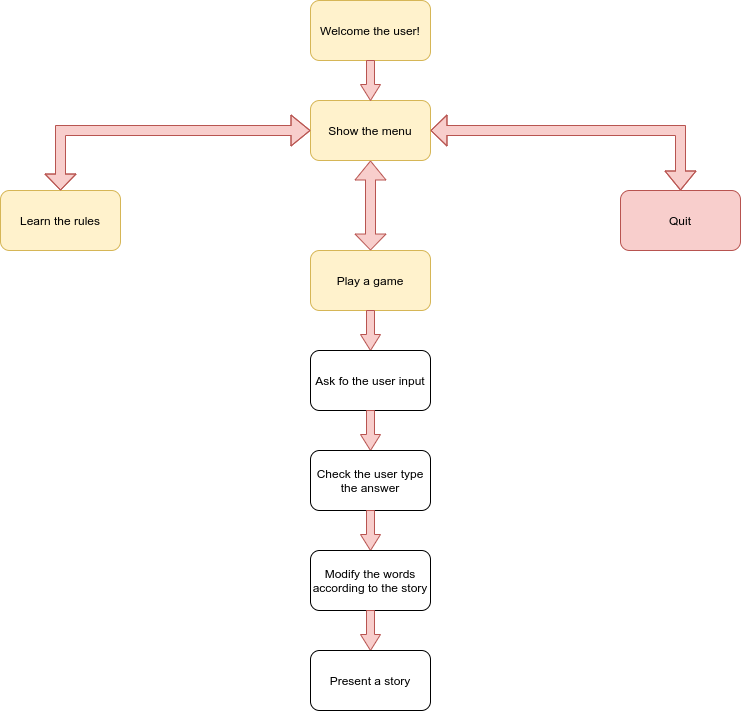
The draw.io diagram documentation/flowchart_madlib.png in IuliiaKonovalova/madlib_with_python, before a commit. Source tidied: cells renumbered, new cells last; positions are measured from the earlier drawing's top-left corner, leaving out a move shared by most shapes. Source of this version:
```xml
<mxGraphModel>
  <root>
    <mxCell id="0" />
    <mxCell id="1" parent="0" />
    <mxCell id="2" value="Welcome the user!" style="rounded=1;whiteSpace=wrap;html=1;fillColor=#fff2cc;strokeColor=#d6b656;" parent="1" vertex="1">
      <mxGeometry x="310" width="120" height="60" as="geometry" />
    </mxCell>
    <mxCell id="3" value="Show the menu" style="rounded=1;whiteSpace=wrap;html=1;fillColor=#fff2cc;strokeColor=#d6b656;" parent="1" vertex="1">
      <mxGeometry x="310" y="100" width="120" height="60" as="geometry" />
    </mxCell>
    <mxCell id="4" value="Learn the rules" style="rounded=1;whiteSpace=wrap;html=1;fillColor=#fff2cc;strokeColor=#d6b656;" parent="1" vertex="1">
      <mxGeometry y="190" width="120" height="60" as="geometry" />
    </mxCell>
    <mxCell id="5" style="shape=flexArrow;endArrow=classic;startArrow=classic;html=1;rounded=0;edgeStyle=orthogonalEdgeStyle;entryX=0;entryY=0.5;entryDx=0;entryDy=0;exitX=0.5;exitY=0;exitDx=0;exitDy=0;width=10;startSize=4.99;fillColor=#f8cecc;strokeColor=#b85450;" parent="1" edge="1" source="4" target="3">
      <mxGeometry relative="1" as="geometry">
        <Array as="points">
          <mxPoint x="60" y="130" />
        </Array>
      </mxGeometry>
    </mxCell>
    <mxCell id="6" value="Play a game" style="rounded=1;whiteSpace=wrap;html=1;fillColor=#fff2cc;strokeColor=#d6b656;" parent="1" vertex="1">
      <mxGeometry x="310" y="250" width="120" height="60" as="geometry" />
    </mxCell>
    <mxCell id="7" value="Quit" style="rounded=1;whiteSpace=wrap;html=1;fillColor=#f8cecc;strokeColor=#b85450;" parent="1" vertex="1">
      <mxGeometry x="620" y="190" width="120" height="60" as="geometry" />
    </mxCell>
    <mxCell id="8" style="shape=flexArrow;endArrow=classic;startArrow=classic;html=1;rounded=0;edgeStyle=orthogonalEdgeStyle;exitX=0.5;exitY=0;exitDx=0;exitDy=0;width=10;startSize=4.99;fillColor=#f8cecc;strokeColor=#b85450;" parent="1" edge="1" target="7">
      <mxGeometry relative="1" as="geometry">
        <mxPoint x="430" y="130" as="sourcePoint" />
      </mxGeometry>
    </mxCell>
    <mxCell id="9" style="shape=flexArrow;endArrow=classic;startArrow=classic;html=1;rounded=0;edgeStyle=orthogonalEdgeStyle;entryX=0.5;entryY=1;entryDx=0;entryDy=0;exitX=0.5;exitY=0;exitDx=0;exitDy=0;width=10;startSize=4.99;fillColor=#f8cecc;strokeColor=#b85450;" parent="1" edge="1" target="3">
      <mxGeometry relative="1" as="geometry">
        <mxPoint x="370" y="250" as="sourcePoint" />
      </mxGeometry>
    </mxCell>
    <mxCell id="10" style="shape=singleArrow;whiteSpace=wrap;html=1;arrowWidth=0.4;arrowSize=0.4;rotation=90;fillColor=#f8cecc;strokeColor=#b85450;" parent="1" vertex="1">
      <mxGeometry x="350" y="320" width="40" height="20" as="geometry" />
    </mxCell>
    <mxCell id="11" value="Ask fo the user input" style="rounded=1;whiteSpace=wrap;html=1;" parent="1" vertex="1">
      <mxGeometry x="310" y="350" width="120" height="60" as="geometry" />
    </mxCell>
    <mxCell id="12" style="shape=singleArrow;whiteSpace=wrap;html=1;arrowWidth=0.4;arrowSize=0.4;rotation=90;fillColor=#f8cecc;strokeColor=#b85450;" parent="1" vertex="1">
      <mxGeometry x="350" y="420" width="40" height="20" as="geometry" />
    </mxCell>
    <mxCell id="13" value="Check the user type the answer" style="rounded=1;whiteSpace=wrap;html=1;" parent="1" vertex="1">
      <mxGeometry x="310" y="450" width="120" height="60" as="geometry" />
    </mxCell>
    <mxCell id="14" style="shape=singleArrow;whiteSpace=wrap;html=1;arrowWidth=0.4;arrowSize=0.4;rotation=90;fillColor=#f8cecc;strokeColor=#b85450;" parent="1" vertex="1">
      <mxGeometry x="350" y="520" width="40" height="20" as="geometry" />
    </mxCell>
    <mxCell id="15" value="Modify the words according to the story" style="rounded=1;whiteSpace=wrap;html=1;" parent="1" vertex="1">
      <mxGeometry x="310" y="550" width="120" height="60" as="geometry" />
    </mxCell>
    <mxCell id="16" style="shape=singleArrow;whiteSpace=wrap;html=1;arrowWidth=0.4;arrowSize=0.4;rotation=90;fillColor=#f8cecc;strokeColor=#b85450;" parent="1" vertex="1">
      <mxGeometry x="350" y="70" width="40" height="20" as="geometry" />
    </mxCell>
    <mxCell id="17" style="shape=singleArrow;whiteSpace=wrap;html=1;arrowWidth=0.4;arrowSize=0.4;rotation=90;fillColor=#f8cecc;strokeColor=#b85450;" parent="1" vertex="1">
      <mxGeometry x="350" y="620" width="40" height="20" as="geometry" />
    </mxCell>
    <mxCell id="18" value="Present a story" style="rounded=1;whiteSpace=wrap;html=1;" parent="1" vertex="1">
      <mxGeometry x="310" y="650" width="120" height="60" as="geometry" />
    </mxCell>
  </root>
</mxGraphModel>
```
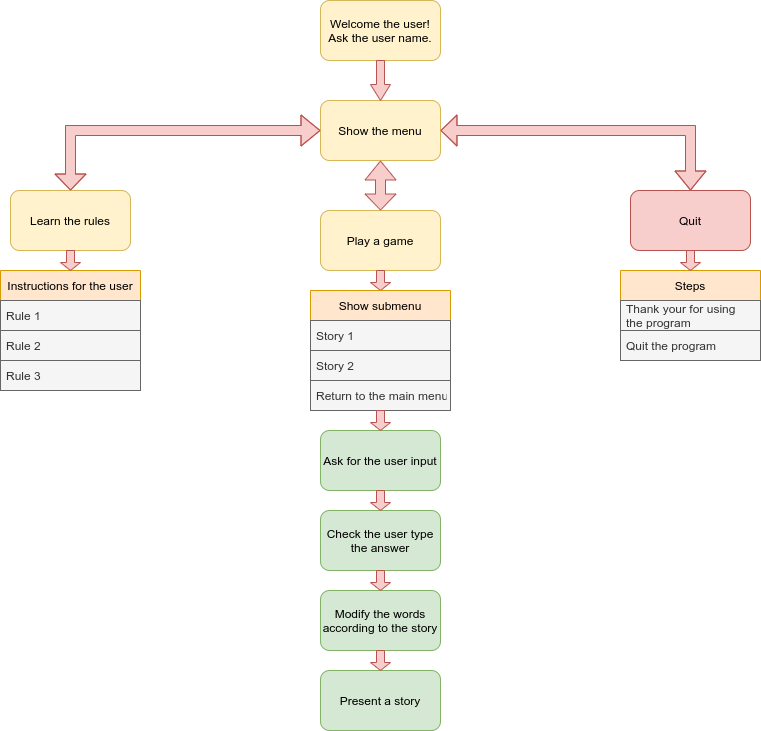
The same file after the commit.

Commit message:
Change the flowchart according to made changes in code

Change to the diagram source:
```diff
@@ -2,7 +2,7 @@
   <root>
     <mxCell id="0" />
     <mxCell id="1" parent="0" />
-    <mxCell id="2" value="Welcome the user!" style="rounded=1;whiteSpace=wrap;html=1;fillColor=#fff2cc;strokeColor=#d6b656;" parent="1" vertex="1">
+    <mxCell id="2" value="Welcome the user!&lt;br&gt;Ask the user name." style="rounded=1;whiteSpace=wrap;html=1;fillColor=#fff2cc;strokeColor=#d6b656;" parent="1" vertex="1">
       <mxGeometry x="310" width="120" height="60" as="geometry" />
     </mxCell>
     <mxCell id="3" value="Show the menu" style="rounded=1;whiteSpace=wrap;html=1;fillColor=#fff2cc;strokeColor=#d6b656;" parent="1" vertex="1">
@@ -19,7 +19,7 @@
       </mxGeometry>
     </mxCell>
     <mxCell id="6" value="Play a game" style="rounded=1;whiteSpace=wrap;html=1;fillColor=#fff2cc;strokeColor=#d6b656;" parent="1" vertex="1">
-      <mxGeometry x="310" y="250" width="120" height="60" as="geometry" />
+      <mxGeometry x="310" y="210" width="120" height="60" as="geometry" />
     </mxCell>
     <mxCell id="7" value="Quit" style="rounded=1;whiteSpace=wrap;html=1;fillColor=#f8cecc;strokeColor=#b85450;" parent="1" vertex="1">
       <mxGeometry x="620" y="190" width="120" height="60" as="geometry" />
@@ -29,37 +29,79 @@
         <mxPoint x="430" y="130" as="sourcePoint" />
       </mxGeometry>
     </mxCell>
-    <mxCell id="9" style="shape=flexArrow;endArrow=classic;startArrow=classic;html=1;rounded=0;edgeStyle=orthogonalEdgeStyle;entryX=0.5;entryY=1;entryDx=0;entryDy=0;exitX=0.5;exitY=0;exitDx=0;exitDy=0;width=10;startSize=4.99;fillColor=#f8cecc;strokeColor=#b85450;" parent="1" edge="1" target="3">
+    <mxCell id="9" style="shape=flexArrow;endArrow=classic;startArrow=classic;html=1;rounded=0;edgeStyle=orthogonalEdgeStyle;entryX=0.5;entryY=1;entryDx=0;entryDy=0;width=10;startSize=4.99;fillColor=#f8cecc;strokeColor=#b85450;" parent="1" edge="1" target="3">
       <mxGeometry relative="1" as="geometry">
-        <mxPoint x="370" y="250" as="sourcePoint" />
+        <mxPoint x="370" y="210" as="sourcePoint" />
       </mxGeometry>
     </mxCell>
     <mxCell id="10" style="shape=singleArrow;whiteSpace=wrap;html=1;arrowWidth=0.4;arrowSize=0.4;rotation=90;fillColor=#f8cecc;strokeColor=#b85450;" parent="1" vertex="1">
-      <mxGeometry x="350" y="320" width="40" height="20" as="geometry" />
+      <mxGeometry x="360" y="270" width="20" height="20" as="geometry" />
     </mxCell>
-    <mxCell id="11" value="Ask fo the user input" style="rounded=1;whiteSpace=wrap;html=1;" parent="1" vertex="1">
-      <mxGeometry x="310" y="350" width="120" height="60" as="geometry" />
+    <mxCell id="11" value="Ask for the user input" style="rounded=1;whiteSpace=wrap;html=1;fillColor=#d5e8d4;strokeColor=#82b366;" parent="1" vertex="1">
+      <mxGeometry x="310" y="430" width="120" height="60" as="geometry" />
     </mxCell>
-    <mxCell id="12" style="shape=singleArrow;whiteSpace=wrap;html=1;arrowWidth=0.4;arrowSize=0.4;rotation=90;fillColor=#f8cecc;strokeColor=#b85450;" parent="1" vertex="1">
-      <mxGeometry x="350" y="420" width="40" height="20" as="geometry" />
-    </mxCell>
-    <mxCell id="13" value="Check the user type the answer" style="rounded=1;whiteSpace=wrap;html=1;" parent="1" vertex="1">
-      <mxGeometry x="310" y="450" width="120" height="60" as="geometry" />
+    <mxCell id="13" value="Check the user type the answer" style="rounded=1;whiteSpace=wrap;html=1;fillColor=#d5e8d4;strokeColor=#82b366;" parent="1" vertex="1">
+      <mxGeometry x="310" y="510" width="120" height="60" as="geometry" />
     </mxCell>
-    <mxCell id="14" style="shape=singleArrow;whiteSpace=wrap;html=1;arrowWidth=0.4;arrowSize=0.4;rotation=90;fillColor=#f8cecc;strokeColor=#b85450;" parent="1" vertex="1">
-      <mxGeometry x="350" y="520" width="40" height="20" as="geometry" />
-    </mxCell>
-    <mxCell id="15" value="Modify the words according to the story" style="rounded=1;whiteSpace=wrap;html=1;" parent="1" vertex="1">
-      <mxGeometry x="310" y="550" width="120" height="60" as="geometry" />
+    <mxCell id="15" value="Modify the words according to the story" style="rounded=1;whiteSpace=wrap;html=1;fillColor=#d5e8d4;strokeColor=#82b366;" parent="1" vertex="1">
+      <mxGeometry x="310" y="590" width="120" height="60" as="geometry" />
     </mxCell>
     <mxCell id="16" style="shape=singleArrow;whiteSpace=wrap;html=1;arrowWidth=0.4;arrowSize=0.4;rotation=90;fillColor=#f8cecc;strokeColor=#b85450;" parent="1" vertex="1">
       <mxGeometry x="350" y="70" width="40" height="20" as="geometry" />
     </mxCell>
-    <mxCell id="17" style="shape=singleArrow;whiteSpace=wrap;html=1;arrowWidth=0.4;arrowSize=0.4;rotation=90;fillColor=#f8cecc;strokeColor=#b85450;" parent="1" vertex="1">
-      <mxGeometry x="350" y="620" width="40" height="20" as="geometry" />
-    </mxCell>
-    <mxCell id="18" value="Present a story" style="rounded=1;whiteSpace=wrap;html=1;" parent="1" vertex="1">
-      <mxGeometry x="310" y="650" width="120" height="60" as="geometry" />
+    <mxCell id="18" value="Present a story" style="rounded=1;whiteSpace=wrap;html=1;fillColor=#d5e8d4;strokeColor=#82b366;" parent="1" vertex="1">
+      <mxGeometry x="310" y="670" width="120" height="60" as="geometry" />
     </mxCell>
+    <mxCell id="19" value="Instructions for the user" style="swimlane;fontStyle=0;horizontal=1;startSize=30;fillColor=#ffe6cc;strokeColor=#d79b00;" parent="1" vertex="1">
+      <mxGeometry x="-10" y="270" width="140" height="120" as="geometry" />
+    </mxCell>
+    <mxCell id="20" value="Rule 1" style="text;strokeColor=#666666;fillColor=#f5f5f5;align=left;verticalAlign=middle;spacingLeft=4;spacingRight=4;overflow=hidden;fontColor=#333333;" parent="19" vertex="1">
+      <mxGeometry y="30" width="140" height="30" as="geometry" />
+    </mxCell>
+    <mxCell id="21" value="Rule 2" style="text;align=left;verticalAlign=middle;spacingLeft=4;spacingRight=4;overflow=hidden;fillColor=#f5f5f5;fontColor=#333333;strokeColor=#666666;" parent="19" vertex="1">
+      <mxGeometry y="60" width="140" height="30" as="geometry" />
+    </mxCell>
+    <mxCell id="22" value="Rule 3" style="text;strokeColor=#666666;fillColor=#f5f5f5;align=left;verticalAlign=middle;spacingLeft=4;spacingRight=4;overflow=hidden;fontColor=#333333;" parent="19" vertex="1">
+      <mxGeometry y="90" width="140" height="30" as="geometry" />
+    </mxCell>
+    <mxCell id="23" style="shape=singleArrow;whiteSpace=wrap;html=1;arrowWidth=0.4;arrowSize=0.4;rotation=90;fillColor=#f8cecc;strokeColor=#b85450;" parent="1" vertex="1">
+      <mxGeometry x="50" y="250" width="20" height="20" as="geometry" />
+    </mxCell>
+    <mxCell id="24" value="Steps" style="swimlane;fontStyle=0;horizontal=1;startSize=30;fillColor=#ffe6cc;strokeColor=#d79b00;" parent="1" vertex="1">
+      <mxGeometry x="610" y="270" width="140" height="90" as="geometry" />
+    </mxCell>
+    <mxCell id="25" value="Thank your for using&#10;the program" style="text;strokeColor=#666666;fillColor=#f5f5f5;align=left;verticalAlign=middle;spacingLeft=4;spacingRight=4;overflow=hidden;fontColor=#333333;" parent="24" vertex="1">
+      <mxGeometry y="30" width="140" height="30" as="geometry" />
+    </mxCell>
+    <mxCell id="26" value="Quit the program" style="text;strokeColor=#666666;fillColor=#f5f5f5;align=left;verticalAlign=middle;spacingLeft=4;spacingRight=4;overflow=hidden;fontColor=#333333;" parent="24" vertex="1">
+      <mxGeometry y="60" width="140" height="30" as="geometry" />
+    </mxCell>
+    <mxCell id="27" style="shape=singleArrow;whiteSpace=wrap;html=1;arrowWidth=0.4;arrowSize=0.4;rotation=90;fillColor=#f8cecc;strokeColor=#b85450;" parent="1" vertex="1">
+      <mxGeometry x="670" y="250" width="20" height="20" as="geometry" />
+    </mxCell>
+    <mxCell id="28" value="Show submenu" style="swimlane;fontStyle=0;horizontal=1;startSize=30;fillColor=#ffe6cc;strokeColor=#d79b00;" parent="1" vertex="1">
+      <mxGeometry x="300" y="290" width="140" height="120" as="geometry" />
+    </mxCell>
+    <mxCell id="29" value="Story 1" style="text;strokeColor=#666666;fillColor=#f5f5f5;align=left;verticalAlign=middle;spacingLeft=4;spacingRight=4;overflow=hidden;fontColor=#333333;" parent="28" vertex="1">
+      <mxGeometry y="30" width="140" height="30" as="geometry" />
+    </mxCell>
+    <mxCell id="30" value="Story 2" style="text;strokeColor=#666666;fillColor=#f5f5f5;align=left;verticalAlign=middle;spacingLeft=4;spacingRight=4;overflow=hidden;fontColor=#333333;" parent="28" vertex="1">
+      <mxGeometry y="60" width="140" height="30" as="geometry" />
+    </mxCell>
+    <mxCell id="31" value="Return to the main menu" style="text;strokeColor=#666666;fillColor=#f5f5f5;align=left;verticalAlign=middle;spacingLeft=4;spacingRight=4;overflow=hidden;fontColor=#333333;" parent="28" vertex="1">
+      <mxGeometry y="90" width="140" height="30" as="geometry" />
+    </mxCell>
+    <mxCell id="32" style="shape=singleArrow;whiteSpace=wrap;html=1;arrowWidth=0.4;arrowSize=0.4;rotation=90;fillColor=#f8cecc;strokeColor=#b85450;" parent="1" vertex="1">
+      <mxGeometry x="360" y="490" width="20" height="20" as="geometry" />
+    </mxCell>
+    <mxCell id="33" style="shape=singleArrow;whiteSpace=wrap;html=1;arrowWidth=0.4;arrowSize=0.4;rotation=90;fillColor=#f8cecc;strokeColor=#b85450;" parent="1" vertex="1">
+      <mxGeometry x="360" y="650" width="20" height="20" as="geometry" />
+    </mxCell>
+    <mxCell id="34" style="shape=singleArrow;whiteSpace=wrap;html=1;arrowWidth=0.4;arrowSize=0.4;rotation=90;fillColor=#f8cecc;strokeColor=#b85450;" parent="1" vertex="1">
+      <mxGeometry x="360" y="570" width="20" height="20" as="geometry" />
+    </mxCell>
+    <mxCell id="35" style="shape=singleArrow;whiteSpace=wrap;html=1;arrowWidth=0.4;arrowSize=0.4;rotation=90;fillColor=#f8cecc;strokeColor=#b85450;" parent="1" vertex="1">
+      <mxGeometry x="360" y="410" width="20" height="20" as="geometry" />
+    </mxCell>
   </root>
 </mxGraphModel>
```
